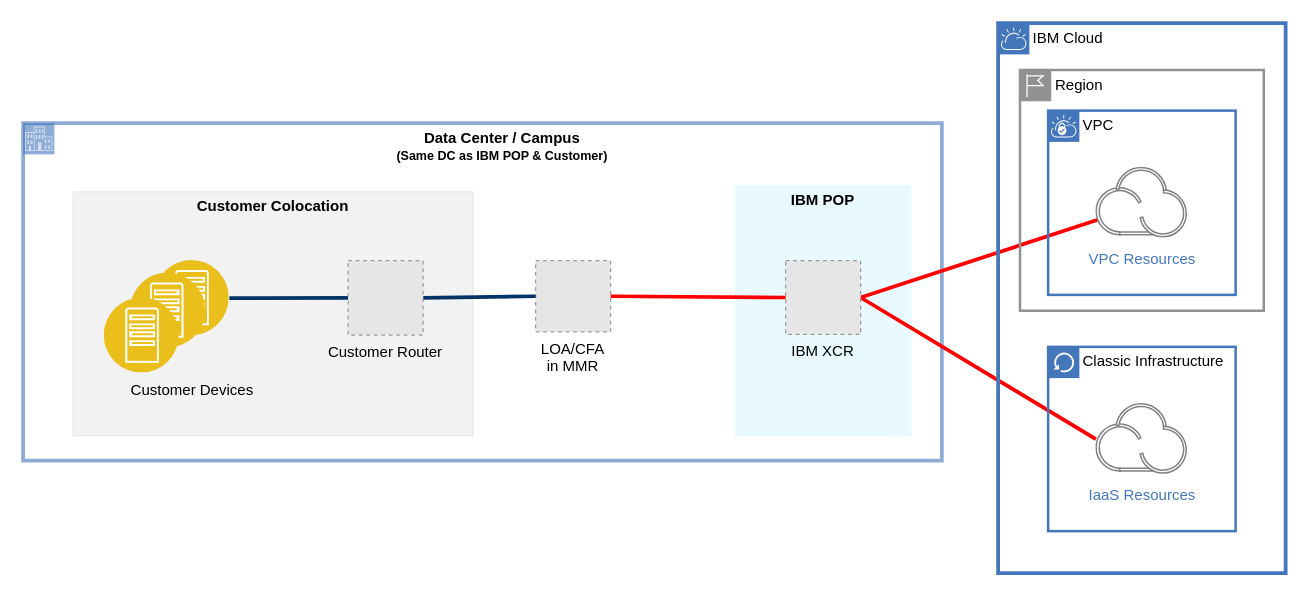
Before: drawio/templates/ibm_direct_link_dedicated_customer_colocation.drawio in ibm-cloud-architecture/ibm-cloud-stencils, a draw.io diagram. Source tidied: cells renumbered, new cells numbered last; positions are measured from the earlier drawing's top-left corner, leaving out a move shared by most shapes. Both pictures are drawn from the tidied source at 125%, with x=0, y=0 at pixel (22, 22). Pictures stored in the file or linked from it are replaced by grey dashed boxes.
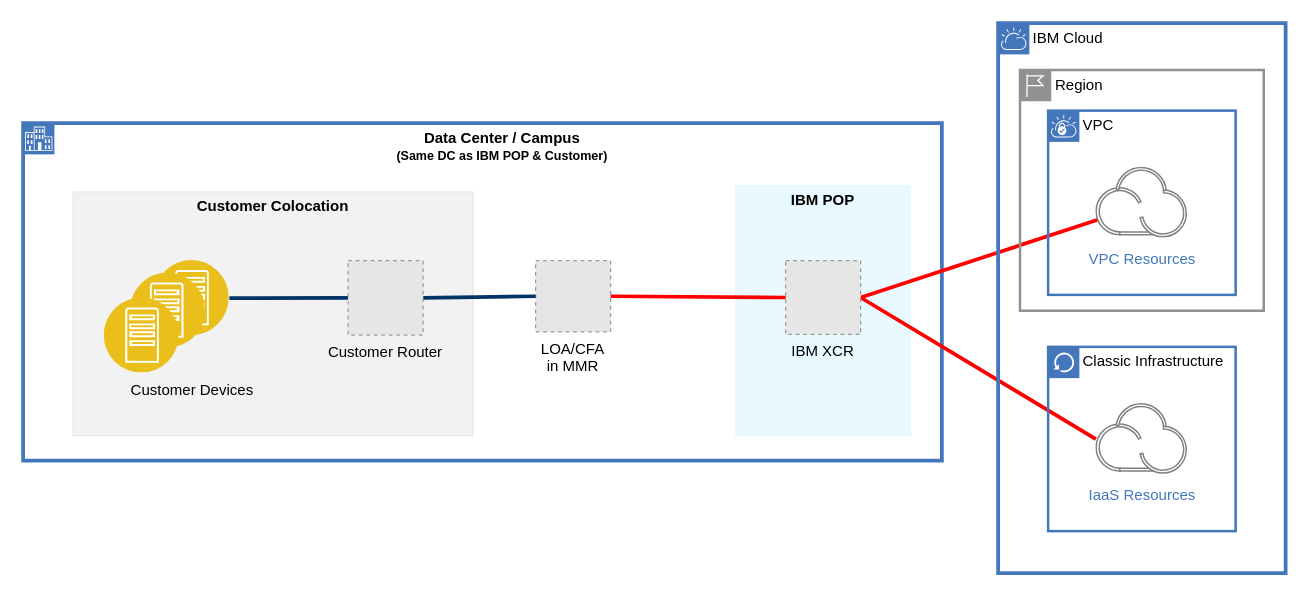
After the change.

Diff of the diagram source:
```diff
@@
-    <mxCell id="2" value="&lt;b&gt;Data Center / Campus&lt;br&gt;&lt;font style=&quot;font-size: 10px&quot;&gt;(Same DC as IBM POP &amp;amp; Customer)&lt;/font&gt;&lt;/b&gt;" style="shape=mxgraph.ibm.box;prType=enterprise;fontStyle=0;verticalAlign=top;align=center;spacingLeft=32;spacingTop=4;fillColor=none;rounded=0;whiteSpace=wrap;html=1;strokeColor=#4376BB;strokeWidth=3;dashed=0;spacing=-4;opacity=60;" parent="1" vertex="1">
+    <mxCell id="2" value="&lt;b&gt;Data Center / Campus&lt;br&gt;&lt;font style=&quot;font-size: 10px&quot;&gt;(Same DC as IBM POP &amp;amp; Customer)&lt;/font&gt;&lt;/b&gt;" style="shape=mxgraph.ibm.box;prType=enterprise;fontStyle=0;verticalAlign=top;align=center;spacingLeft=32;spacingTop=4;fillColor=none;rounded=0;whiteSpace=wrap;html=1;strokeColor=#4376BB;strokeWidth=3;dashed=0;spacing=-4;" parent="1" vertex="1">
       <mxGeometry y="80" width="735" height="270" as="geometry" />
     </mxCell>
```
